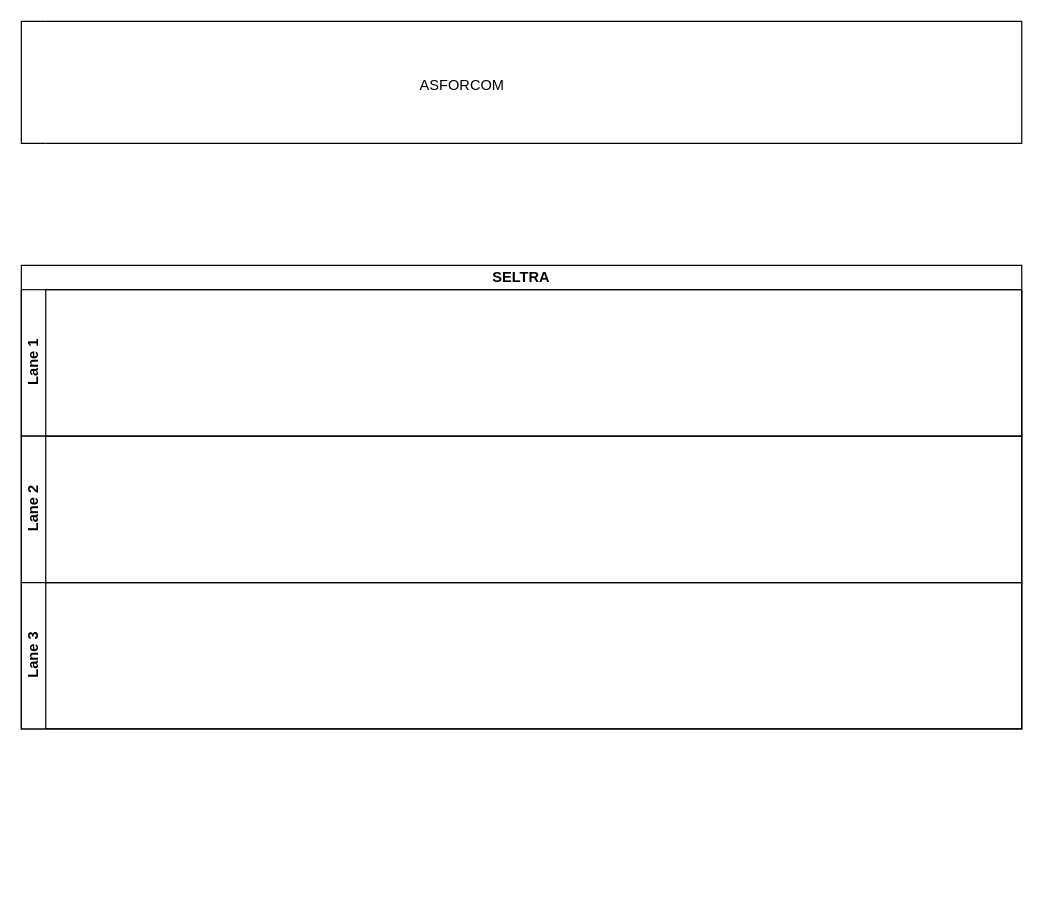
This is cours/SELTRA_R3.03.drawio from Nereoll/draw.io, a draw.io file, before an edit. Source tidied: cells renumbered, new cells numbered last; positions are measured from the earlier drawing's top-left corner, leaving out a move shared by most shapes. Both pictures are drawn from the tidied source at 122%, with x=0, y=0 at pixel (21, 21).
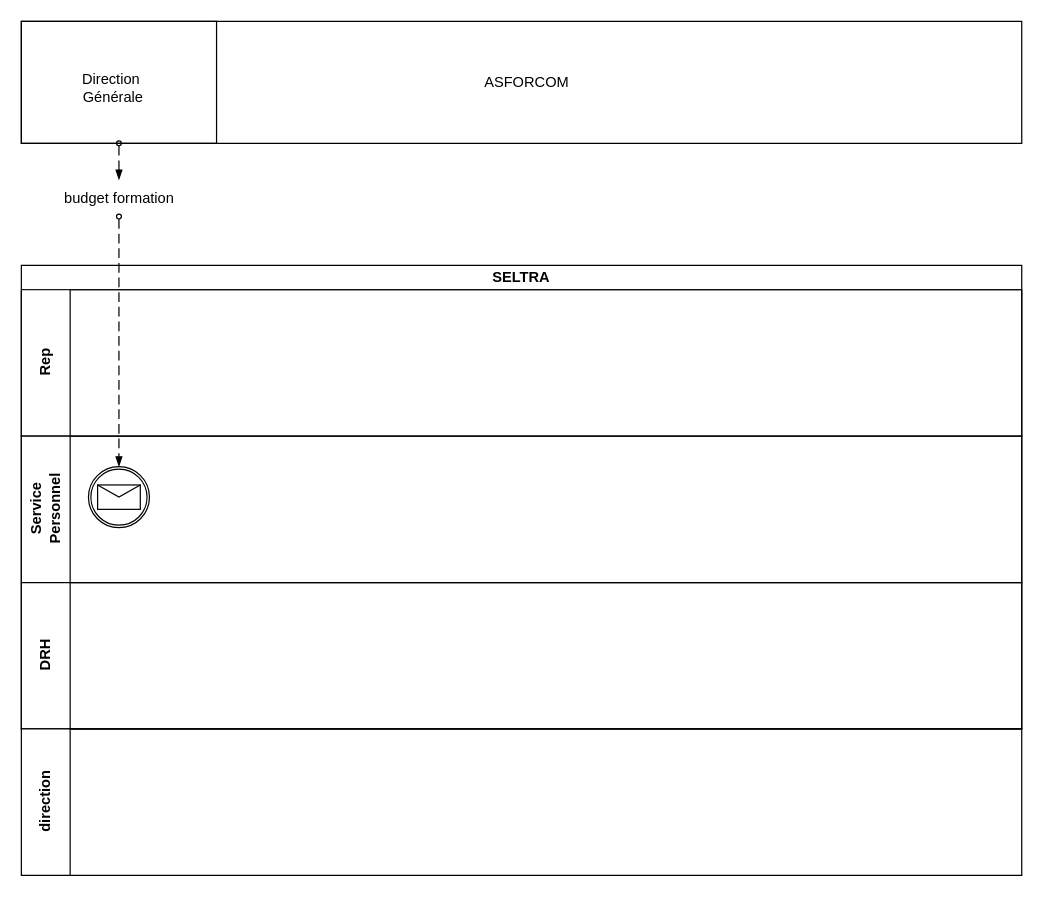
The same page after the edit.

Commit message (it also covers changes not shown here):
Mettre à jour SELTRA_R3.03.drawio

Diff of the diagram source:
```diff
@@
 <mxGraphModel>
   <root>
     <mxCell id="0" />
     <mxCell id="1" parent="0" />
     <mxCell id="2" value="&lt;div&gt;SELTRA&lt;/div&gt;" style="swimlane;html=1;horizontal=1;startSize=20;whiteSpace=wrap;" parent="1" vertex="1">
       <mxGeometry y="200" width="820" height="380" as="geometry" />
     </mxCell>
-    <mxCell id="3" value="Lane 1" style="swimlane;html=1;startSize=20;horizontal=0;" parent="2" vertex="1">
+    <mxCell id="3" value="Rep" style="swimlane;html=1;startSize=40;horizontal=0;" parent="2" vertex="1">
       <mxGeometry y="20" width="820" height="120" as="geometry" />
     </mxCell>
-    <mxCell id="4" value="Lane 2" style="swimlane;html=1;startSize=20;horizontal=0;" parent="2" vertex="1">
+    <mxCell id="4" value="&lt;div&gt;Service&lt;/div&gt;&lt;div&gt;Personnel&lt;br&gt;&lt;/div&gt;" style="swimlane;html=1;startSize=40;horizontal=0;" parent="2" vertex="1">
       <mxGeometry y="140" width="820" height="120" as="geometry" />
     </mxCell>
+    <mxCell id="8" style="points=[[0.145,0.145,0],[0.5,0,0],[0.855,0.145,0],[1,0.5,0],[0.855,0.855,0],[0.5,1,0],[0.145,0.855,0],[0,0.5,0]];shape=mxgraph.bpmn.event;html=1;verticalLabelPosition=bottom;labelBackgroundColor=#ffffff;verticalAlign=top;align=center;perimeter=ellipsePerimeter;outlineConnect=0;outline=catching;symbol=message;" parent="4" vertex="1">
+      <mxGeometry x="55" y="25" width="50" height="50" as="geometry" />
+    </mxCell>
-    <mxCell id="5" value="Lane 3" style="swimlane;html=1;startSize=20;horizontal=0;" parent="2" vertex="1">
+    <mxCell id="5" value="DRH" style="swimlane;html=1;startSize=40;horizontal=0;" parent="2" vertex="1">
       <mxGeometry y="260" width="820" height="120" as="geometry" />
     </mxCell>
     <mxCell id="6" style="swimlane;html=1;startSize=20;fontStyle=0;horizontal=0;swimlaneLine=0;fillColor=none;whiteSpace=wrap;" parent="1" vertex="1">
       <mxGeometry width="820" height="100" as="geometry" />
     </mxCell>
-    <mxCell id="7" value="ASFORCOM" style="text;html=1;align=center;verticalAlign=middle;strokeColor=none;fillColor=none;" parent="1" vertex="1">
-      <mxGeometry x="316" y="38" width="90" height="30" as="geometry" />
+    <mxCell id="7" value="ASFORCOM" style="text;html=1;align=center;verticalAlign=middle;strokeColor=none;fillColor=none;" parent="6" vertex="1">
+      <mxGeometry x="369" y="35" width="90" height="30" as="geometry" />
     </mxCell>
+    <mxCell id="9" style="swimlane;html=1;startSize=20;fontStyle=0;horizontal=0;swimlaneLine=0;fillColor=none;whiteSpace=wrap;" parent="6" vertex="1">
+      <mxGeometry width="160" height="100" as="geometry" />
+    </mxCell>
+    <mxCell id="10" value="&lt;div&gt;Direction&amp;nbsp;&lt;/div&gt;&lt;div&gt;Générale&lt;/div&gt;" style="text;html=1;align=center;verticalAlign=middle;strokeColor=none;fillColor=none;" parent="9" vertex="1">
+      <mxGeometry x="40" y="35" width="70" height="40" as="geometry" />
+    </mxCell>
+    <mxCell id="11" style="dashed=1;dashPattern=8 4;endArrow=blockThin;endFill=1;startArrow=oval;startFill=0;endSize=6;startSize=4;html=1;rounded=0;entryX=0.5;entryY=0;entryDx=0;entryDy=0;entryPerimeter=0;exitX=0.5;exitY=1;exitDx=0;exitDy=0;" parent="1" edge="1" source="13" target="8">
+      <mxGeometry relative="1" as="geometry" />
+    </mxCell>
+    <mxCell id="12" style="dashed=1;dashPattern=8 4;endArrow=blockThin;endFill=1;startArrow=oval;startFill=0;endSize=6;startSize=4;html=1;rounded=0;entryX=0.5;entryY=0;entryDx=0;entryDy=0;entryPerimeter=0;exitX=0.5;exitY=1;exitDx=0;exitDy=0;" parent="1" edge="1" source="9" target="13">
+      <mxGeometry relative="1" as="geometry" />
+    </mxCell>
+    <mxCell id="13" value="budget formation" style="text;html=1;align=center;verticalAlign=middle;points=[];strokeColor=none;fillColor=none;" parent="1" vertex="1">
+      <mxGeometry x="25" y="130" width="110" height="30" as="geometry" />
+    </mxCell>
+    <mxCell id="14" value="&lt;div&gt;direction &lt;br&gt;&lt;/div&gt;" style="swimlane;html=1;startSize=40;horizontal=0;" parent="1" vertex="1">
+      <mxGeometry y="580" width="820" height="120" as="geometry" />
+    </mxCell>
   </root>
 </mxGraphModel>
```
